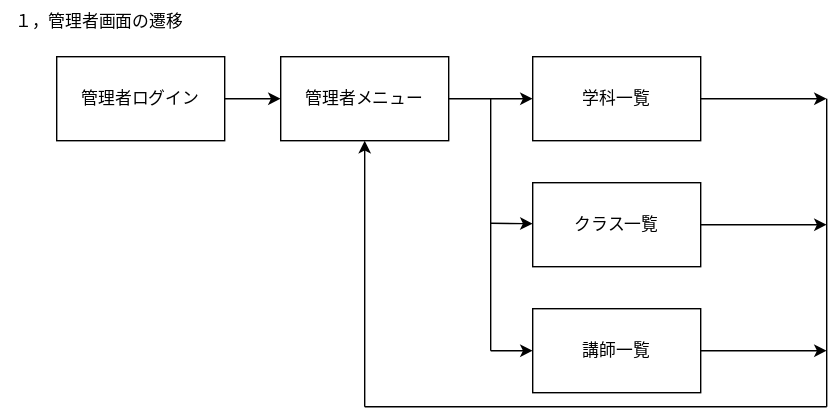
This is teamG3.drawio.svg from Skypeace8585/uml-introduction, a draw.io export, as it was before one commit. Source tidied: cells renumbered, new cells last; positions are measured from the earlier drawing's top-left corner, leaving out a move shared by most shapes.
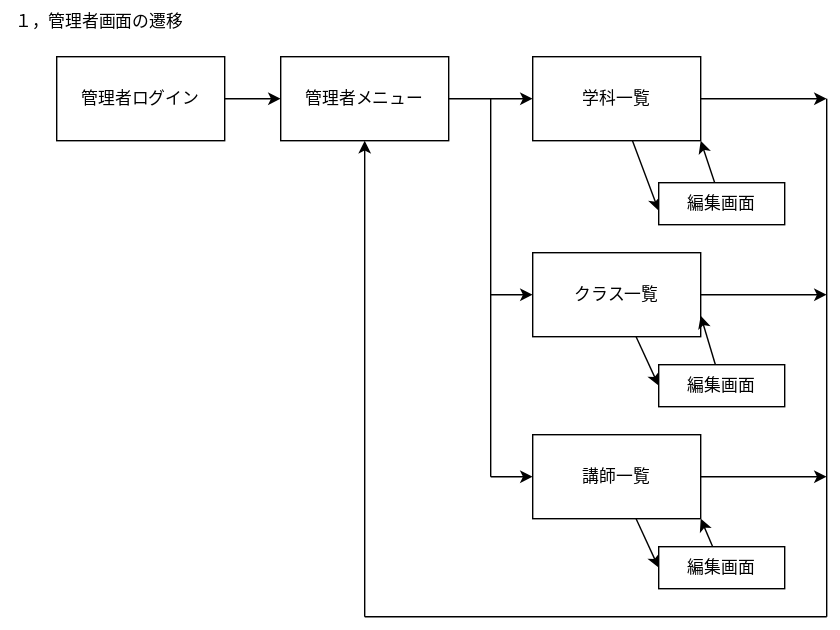
Above is the later version.

The edit, as a diff of the source:
```diff
@@ -22,58 +22,86 @@
         <mxPoint x="590" y="70" as="targetPoint" />
       </mxGeometry>
     </mxCell>
+    <mxCell id="19" style="edgeStyle=none;html=1;" parent="1" edge="1" source="8">
+      <mxGeometry relative="1" as="geometry">
+        <mxPoint x="470" y="150" as="targetPoint" />
+      </mxGeometry>
+    </mxCell>
     <mxCell id="8" value="学科一覧" style="rounded=0;whiteSpace=wrap;html=1;" parent="1" vertex="1">
       <mxGeometry x="380" y="40" width="120" height="60" as="geometry" />
     </mxCell>
     <mxCell id="9" style="edgeStyle=none;html=1;" parent="1" edge="1" source="10">
       <mxGeometry relative="1" as="geometry">
-        <mxPoint x="590" y="250" as="targetPoint" />
+        <mxPoint x="590" y="340" as="targetPoint" />
       </mxGeometry>
     </mxCell>
+    <mxCell id="20" style="edgeStyle=none;html=1;entryX=0;entryY=0.5;entryDx=0;entryDy=0;" parent="1" edge="1" source="10" target="27">
+      <mxGeometry relative="1" as="geometry" />
+    </mxCell>
     <mxCell id="10" value="講師一覧" style="rounded=0;whiteSpace=wrap;html=1;" parent="1" vertex="1">
-      <mxGeometry x="380" y="220" width="120" height="60" as="geometry" />
+      <mxGeometry x="380" y="310" width="120" height="60" as="geometry" />
     </mxCell>
     <mxCell id="11" style="edgeStyle=none;html=1;" parent="1" edge="1" source="12">
       <mxGeometry relative="1" as="geometry">
-        <mxPoint x="590" y="160" as="targetPoint" />
+        <mxPoint x="590" y="210" as="targetPoint" />
       </mxGeometry>
     </mxCell>
+    <mxCell id="21" style="edgeStyle=none;html=1;entryX=0;entryY=0.5;entryDx=0;entryDy=0;" parent="1" edge="1" source="12" target="25">
+      <mxGeometry relative="1" as="geometry" />
+    </mxCell>
     <mxCell id="12" value="クラス一覧" style="rounded=0;whiteSpace=wrap;html=1;" parent="1" vertex="1">
-      <mxGeometry x="380" y="130" width="120" height="60" as="geometry" />
+      <mxGeometry x="380" y="180" width="120" height="60" as="geometry" />
     </mxCell>
     <mxCell id="13" style="endArrow=none;html=1;" parent="1" edge="1">
       <mxGeometry relative="1" as="geometry">
-        <mxPoint x="350" y="250" as="sourcePoint" />
+        <mxPoint x="350" y="340" as="sourcePoint" />
         <mxPoint x="350" y="70" as="targetPoint" />
       </mxGeometry>
     </mxCell>
-    <mxCell id="14" style="endArrow=classic;html=1;" parent="1" edge="1">
+    <mxCell id="14" style="endArrow=classic;html=1;entryX=0;entryY=0.5;entryDx=0;entryDy=0;" parent="1" edge="1" target="12">
       <mxGeometry relative="1" as="geometry">
-        <mxPoint x="350" y="159" as="sourcePoint" />
-        <mxPoint x="380" y="159.3" as="targetPoint" />
+        <mxPoint x="350" y="210" as="sourcePoint" />
       </mxGeometry>
     </mxCell>
     <mxCell id="15" style="endArrow=classic;html=1;entryX=0;entryY=0.5;entryDx=0;entryDy=0;" parent="1" edge="1" target="10">
       <mxGeometry relative="1" as="geometry">
-        <mxPoint x="350" y="250" as="sourcePoint" />
+        <mxPoint x="350" y="340" as="sourcePoint" />
       </mxGeometry>
     </mxCell>
     <mxCell id="16" style="endArrow=none;html=1;" parent="1" edge="1">
       <mxGeometry relative="1" as="geometry">
         <mxPoint x="590" y="70" as="sourcePoint" />
-        <mxPoint x="590" y="290" as="targetPoint" />
+        <mxPoint x="590" y="440" as="targetPoint" />
       </mxGeometry>
     </mxCell>
     <mxCell id="17" style="endArrow=none;html=1;" parent="1" edge="1">
       <mxGeometry relative="1" as="geometry">
-        <mxPoint x="260" y="290" as="sourcePoint" />
-        <mxPoint x="590" y="290" as="targetPoint" />
+        <mxPoint x="260" y="440" as="sourcePoint" />
+        <mxPoint x="590" y="440" as="targetPoint" />
       </mxGeometry>
     </mxCell>
     <mxCell id="18" style="endArrow=classic;html=1;entryX=0.5;entryY=1;entryDx=0;entryDy=0;" parent="1" edge="1" target="6">
       <mxGeometry relative="1" as="geometry">
-        <mxPoint x="260" y="290" as="sourcePoint" />
+        <mxPoint x="260" y="440" as="sourcePoint" />
       </mxGeometry>
     </mxCell>
+    <mxCell id="22" style="edgeStyle=none;html=1;entryX=1;entryY=1;entryDx=0;entryDy=0;" parent="1" edge="1" source="23" target="8">
+      <mxGeometry relative="1" as="geometry" />
+    </mxCell>
+    <mxCell id="23" value="編集画面" style="rounded=0;whiteSpace=wrap;html=1;" parent="1" vertex="1">
+      <mxGeometry x="470" y="130" width="90" height="30" as="geometry" />
+    </mxCell>
+    <mxCell id="24" style="edgeStyle=none;html=1;entryX=1;entryY=0.75;entryDx=0;entryDy=0;" parent="1" edge="1" source="25" target="12">
+      <mxGeometry relative="1" as="geometry" />
+    </mxCell>
+    <mxCell id="25" value="編集画面" style="rounded=0;whiteSpace=wrap;html=1;" parent="1" vertex="1">
+      <mxGeometry x="470" y="260" width="90" height="30" as="geometry" />
+    </mxCell>
+    <mxCell id="26" style="edgeStyle=none;html=1;entryX=1;entryY=1;entryDx=0;entryDy=0;" parent="1" edge="1" source="27" target="10">
+      <mxGeometry relative="1" as="geometry" />
+    </mxCell>
+    <mxCell id="27" value="編集画面" style="rounded=0;whiteSpace=wrap;html=1;" parent="1" vertex="1">
+      <mxGeometry x="470" y="390" width="90" height="30" as="geometry" />
+    </mxCell>
   </root>
 </mxGraphModel>
```
